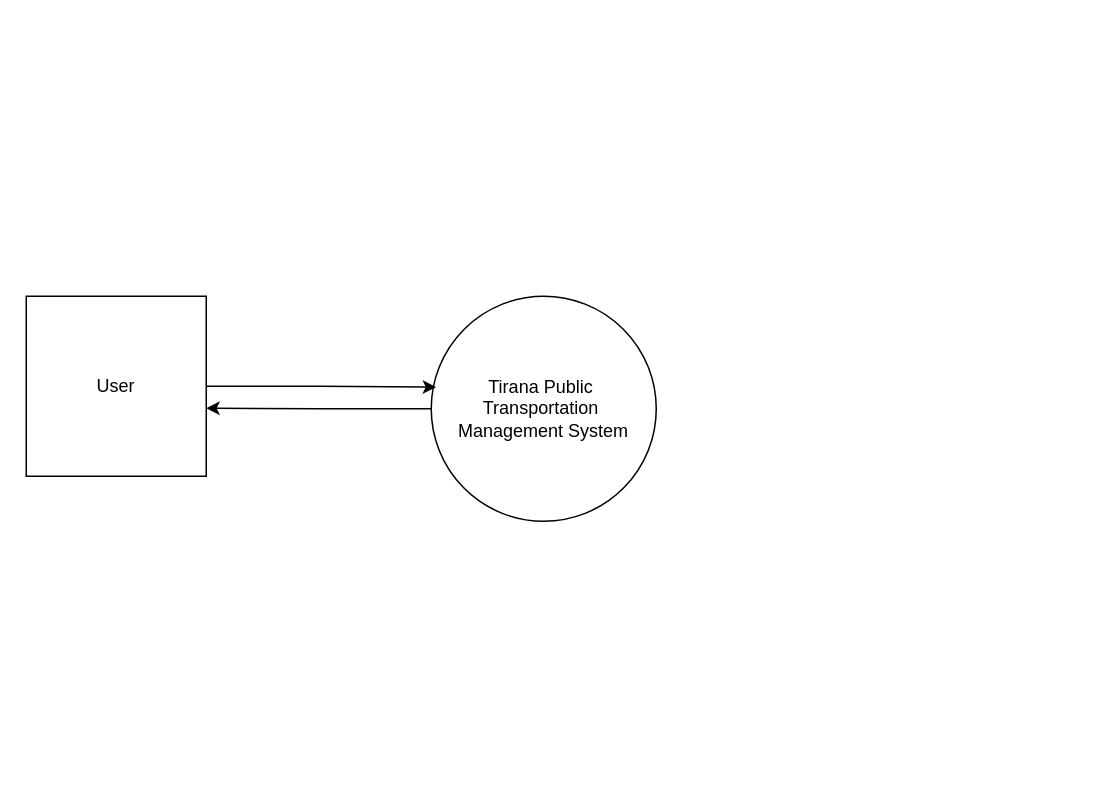
Before: architecture/diagrams/DFDL0.drawio in inviona/Software-Engineering-Analysis-and-Design-Project, a draw.io diagram. Source tidied: cells renumbered, new cells numbered last; positions are measured from the earlier drawing's top-left corner, leaving out a move shared by most shapes. Both pictures are drawn from the tidied source at 150%, with x=0, y=0 at pixel (26, 296).
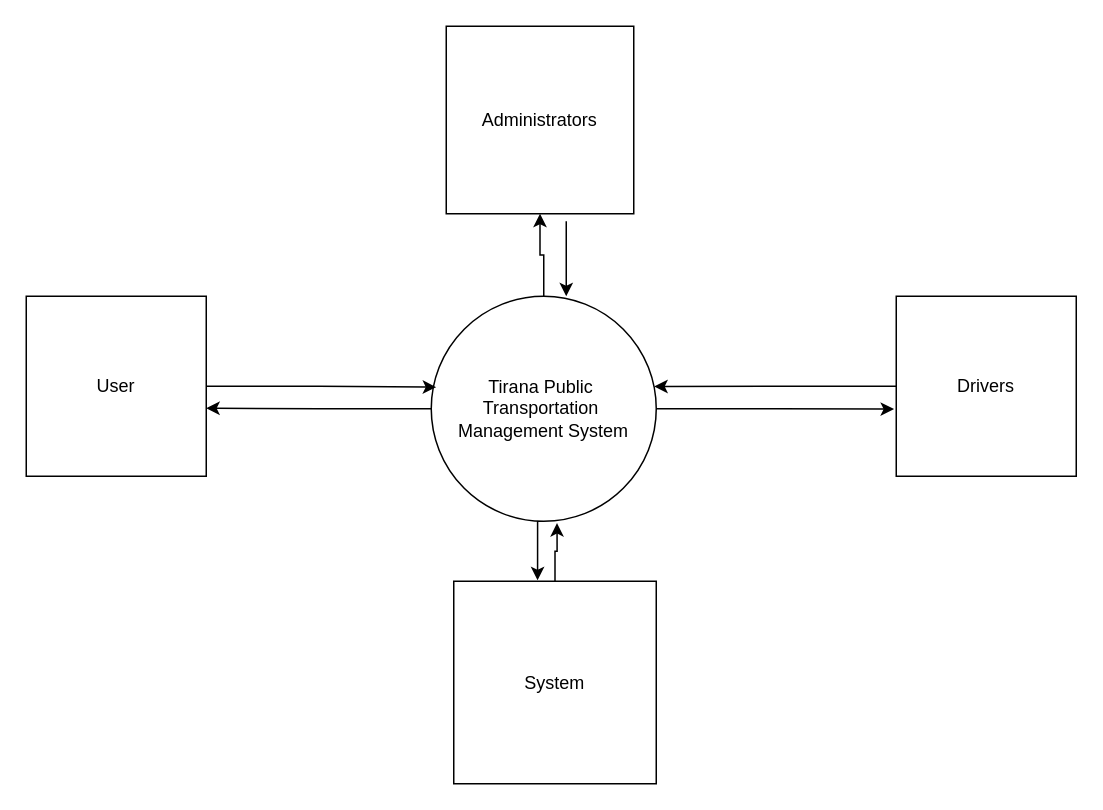
The same page after the edit.

Diff of the diagram source:
```diff
@@
 <mxGraphModel>
   <root>
     <mxCell id="0" />
     <mxCell id="1" parent="0" />
+    <mxCell id="6" style="edgeStyle=orthogonalEdgeStyle;rounded=0;jettySize=auto;html=1;entryX=0.5;entryY=1;entryDx=0;entryDy=0;" parent="1" edge="1" source="2" target="12">
+      <mxGeometry relative="1" as="geometry" />
+    </mxCell>
+    <mxCell id="7" style="edgeStyle=orthogonalEdgeStyle;rounded=0;jettySize=auto;html=1;exitX=0.5;exitY=1;exitDx=0;exitDy=0;entryX=0.414;entryY=-0.005;entryDx=0;entryDy=0;entryPerimeter=0;" parent="1" edge="1" source="2" target="13">
+      <mxGeometry relative="1" as="geometry" />
+    </mxCell>
     <mxCell id="2" value="Tirana Public&amp;nbsp;&lt;div&gt;Transportation&amp;nbsp;&lt;/div&gt;&lt;div&gt;Management System&lt;/div&gt;" style="ellipse;whiteSpace=wrap;html=1;" parent="1" vertex="1">
       <mxGeometry x="270" width="150" height="150" as="geometry" />
     </mxCell>
     <mxCell id="3" value="User" style="whiteSpace=wrap;html=1;" parent="1" vertex="1">
       <mxGeometry width="120" height="120" as="geometry" />
     </mxCell>
     <mxCell id="4" style="edgeStyle=orthogonalEdgeStyle;rounded=0;jettySize=auto;html=1;entryX=0.022;entryY=0.404;entryDx=0;entryDy=0;entryPerimeter=0;" parent="1" edge="1" source="3" target="2">
       <mxGeometry relative="1" as="geometry" />
     </mxCell>
     <mxCell id="5" style="edgeStyle=orthogonalEdgeStyle;rounded=0;jettySize=auto;html=1;entryX=1;entryY=0.622;entryDx=0;entryDy=0;entryPerimeter=0;" parent="1" edge="1" source="2" target="3">
       <mxGeometry relative="1" as="geometry" />
     </mxCell>
+    <mxCell id="8" value="Drivers" style="whiteSpace=wrap;html=1;" parent="1" vertex="1">
+      <mxGeometry x="580" width="120" height="120" as="geometry" />
+    </mxCell>
+    <mxCell id="9" style="edgeStyle=orthogonalEdgeStyle;rounded=0;jettySize=auto;html=1;entryX=0.991;entryY=0.401;entryDx=0;entryDy=0;entryPerimeter=0;" parent="1" edge="1" source="8" target="2">
+      <mxGeometry relative="1" as="geometry" />
+    </mxCell>
+    <mxCell id="10" style="edgeStyle=orthogonalEdgeStyle;rounded=0;jettySize=auto;html=1;exitX=1;exitY=0.5;exitDx=0;exitDy=0;entryX=-0.012;entryY=0.627;entryDx=0;entryDy=0;entryPerimeter=0;" parent="1" edge="1" source="2" target="8">
+      <mxGeometry relative="1" as="geometry" />
+    </mxCell>
+    <mxCell id="11" style="edgeStyle=orthogonalEdgeStyle;rounded=0;orthogonalLoop=1;jettySize=auto;html=1;entryX=0.5;entryY=0;entryDx=0;entryDy=0;" parent="1" edge="1">
+      <mxGeometry relative="1" as="geometry">
+        <mxPoint x="360" y="-50" as="sourcePoint" />
+        <mxPoint x="360" as="targetPoint" />
+      </mxGeometry>
+    </mxCell>
+    <mxCell id="12" value="Administrators" style="whiteSpace=wrap;html=1;" parent="1" vertex="1">
+      <mxGeometry x="280" y="-180" width="125" height="125" as="geometry" />
+    </mxCell>
+    <mxCell id="13" value="System" style="whiteSpace=wrap;html=1;" parent="1" vertex="1">
+      <mxGeometry x="285" y="190" width="135" height="135" as="geometry" />
+    </mxCell>
+    <mxCell id="14" style="edgeStyle=orthogonalEdgeStyle;rounded=0;jettySize=auto;html=1;entryX=0.559;entryY=1.008;entryDx=0;entryDy=0;entryPerimeter=0;" parent="1" edge="1" source="13" target="2">
+      <mxGeometry relative="1" as="geometry">
+        <Array as="points">
+          <mxPoint x="353" y="170" />
+          <mxPoint x="354" y="170" />
+        </Array>
+      </mxGeometry>
+    </mxCell>
   </root>
 </mxGraphModel>
```
